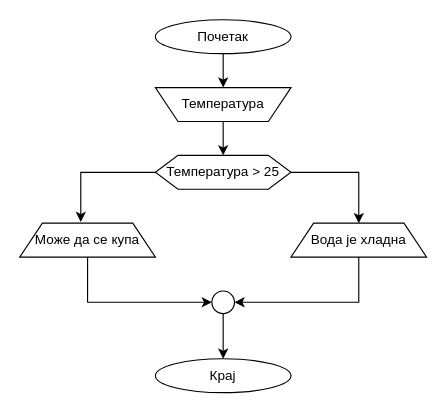
Above: Bazen.drawio in fuzzy978/Algoritmi (draw.io), before the change. Source tidied: cells renumbered, new cells numbered last; positions are measured from the earlier drawing's top-left corner, leaving out a move shared by most shapes. Both pictures are drawn from the tidied source at 113%, with x=0, y=0 at pixel (19, 19).
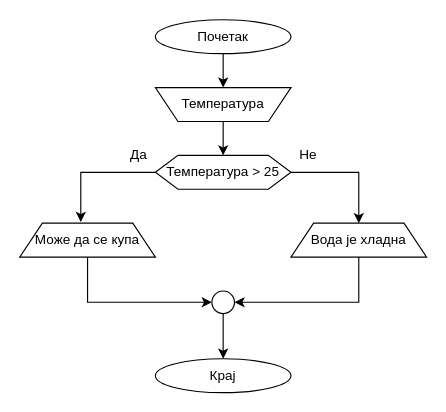
The same page after the edit.

What changed in the source:
```diff
@@
 <mxGraphModel>
   <root>
     <mxCell id="0" />
     <mxCell id="1" parent="0" />
     <mxCell id="2" style="edgeStyle=orthogonalEdgeStyle;rounded=0;jettySize=auto;html=1;exitX=0.5;exitY=1;exitDx=0;exitDy=0;entryX=0.5;entryY=1;entryDx=0;entryDy=0;" parent="1" edge="1" source="3" target="5">
       <mxGeometry relative="1" as="geometry" />
     </mxCell>
     <mxCell id="3" value="Почетак" style="ellipse;whiteSpace=wrap;html=1;" parent="1" vertex="1">
       <mxGeometry x="120" width="120" height="30" as="geometry" />
     </mxCell>
     <mxCell id="4" style="edgeStyle=orthogonalEdgeStyle;rounded=0;jettySize=auto;html=1;" parent="1" edge="1" source="5" target="8">
       <mxGeometry relative="1" as="geometry" />
     </mxCell>
     <mxCell id="5" value="Температура" style="shape=trapezoid;perimeter=trapezoidPerimeter;whiteSpace=wrap;html=1;fixedSize=1;direction=west;" parent="1" vertex="1">
       <mxGeometry x="120" y="60" width="120" height="30" as="geometry" />
     </mxCell>
     <mxCell id="6" style="edgeStyle=orthogonalEdgeStyle;rounded=0;jettySize=auto;html=1;exitX=1;exitY=0.5;exitDx=0;exitDy=0;entryX=0.5;entryY=0;entryDx=0;entryDy=0;" parent="1" edge="1" source="8" target="12">
       <mxGeometry relative="1" as="geometry" />
     </mxCell>
     <mxCell id="7" style="edgeStyle=orthogonalEdgeStyle;rounded=0;jettySize=auto;html=1;exitX=0;exitY=0.5;exitDx=0;exitDy=0;entryX=0.45;entryY=-0.033;entryDx=0;entryDy=0;entryPerimeter=0;" parent="1" edge="1" source="8" target="10">
       <mxGeometry relative="1" as="geometry" />
     </mxCell>
     <mxCell id="8" value="Температура &amp;gt; 25" style="shape=hexagon;perimeter=hexagonPerimeter2;whiteSpace=wrap;html=1;fixedSize=1;" parent="1" vertex="1">
       <mxGeometry x="120" y="120" width="120" height="30" as="geometry" />
     </mxCell>
     <mxCell id="9" style="edgeStyle=orthogonalEdgeStyle;rounded=0;jettySize=auto;html=1;entryX=0;entryY=0.5;entryDx=0;entryDy=0;exitX=0.5;exitY=1;exitDx=0;exitDy=0;" parent="1" edge="1" source="10" target="15">
       <mxGeometry relative="1" as="geometry" />
     </mxCell>
     <mxCell id="10" value="Може да се купа" style="shape=trapezoid;perimeter=trapezoidPerimeter;whiteSpace=wrap;html=1;fixedSize=1;" parent="1" vertex="1">
       <mxGeometry y="180" width="120" height="30" as="geometry" />
     </mxCell>
     <mxCell id="11" style="edgeStyle=orthogonalEdgeStyle;rounded=0;jettySize=auto;html=1;exitX=0.5;exitY=1;exitDx=0;exitDy=0;entryX=1;entryY=0.5;entryDx=0;entryDy=0;" parent="1" edge="1" source="12" target="15">
       <mxGeometry relative="1" as="geometry" />
     </mxCell>
     <mxCell id="12" value="Вода је хладна" style="shape=trapezoid;perimeter=trapezoidPerimeter;whiteSpace=wrap;html=1;fixedSize=1;" parent="1" vertex="1">
       <mxGeometry x="240" y="180" width="120" height="30" as="geometry" />
     </mxCell>
     <mxCell id="13" value="Крај" style="ellipse;whiteSpace=wrap;html=1;" parent="1" vertex="1">
       <mxGeometry x="120" y="300" width="120" height="30" as="geometry" />
     </mxCell>
     <mxCell id="14" style="edgeStyle=orthogonalEdgeStyle;rounded=0;jettySize=auto;html=1;exitX=0.5;exitY=1;exitDx=0;exitDy=0;entryX=0.5;entryY=0;entryDx=0;entryDy=0;" parent="1" edge="1" source="15" target="13">
       <mxGeometry relative="1" as="geometry" />
     </mxCell>
     <mxCell id="15" style="ellipse;whiteSpace=wrap;html=1;" parent="1" vertex="1">
       <mxGeometry x="170" y="240" width="20" height="20" as="geometry" />
     </mxCell>
+    <mxCell id="16" value="Да" style="text;html=1;align=center;verticalAlign=middle;" parent="1" vertex="1">
+      <mxGeometry x="90" y="110" width="30" height="20" as="geometry" />
+    </mxCell>
+    <mxCell id="17" value="Не" style="text;html=1;align=center;verticalAlign=middle;" parent="1" vertex="1">
+      <mxGeometry x="240" y="110" width="30" height="20" as="geometry" />
+    </mxCell>
   </root>
 </mxGraphModel>
```
